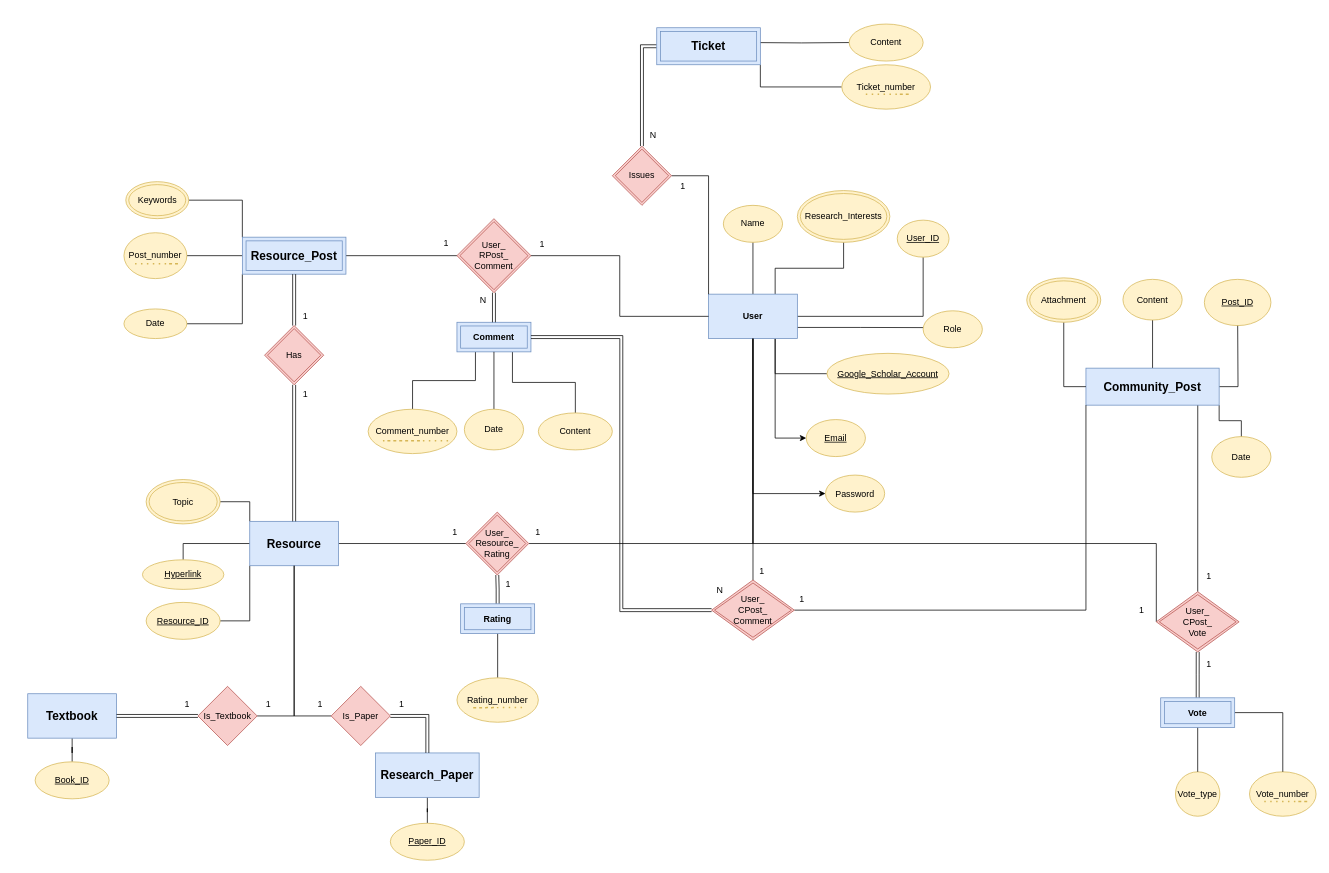
This is Project Design/ER Diagram.drawio from muhammed-ayman/ScholarStack, a draw.io file, before an edit. Source tidied: cells renumbered, new cells numbered last; positions are measured from the earlier drawing's top-left corner, leaving out a move shared by most shapes. Both pictures are drawn from the tidied source at 74%, with x=0, y=0 at pixel (27, 24).
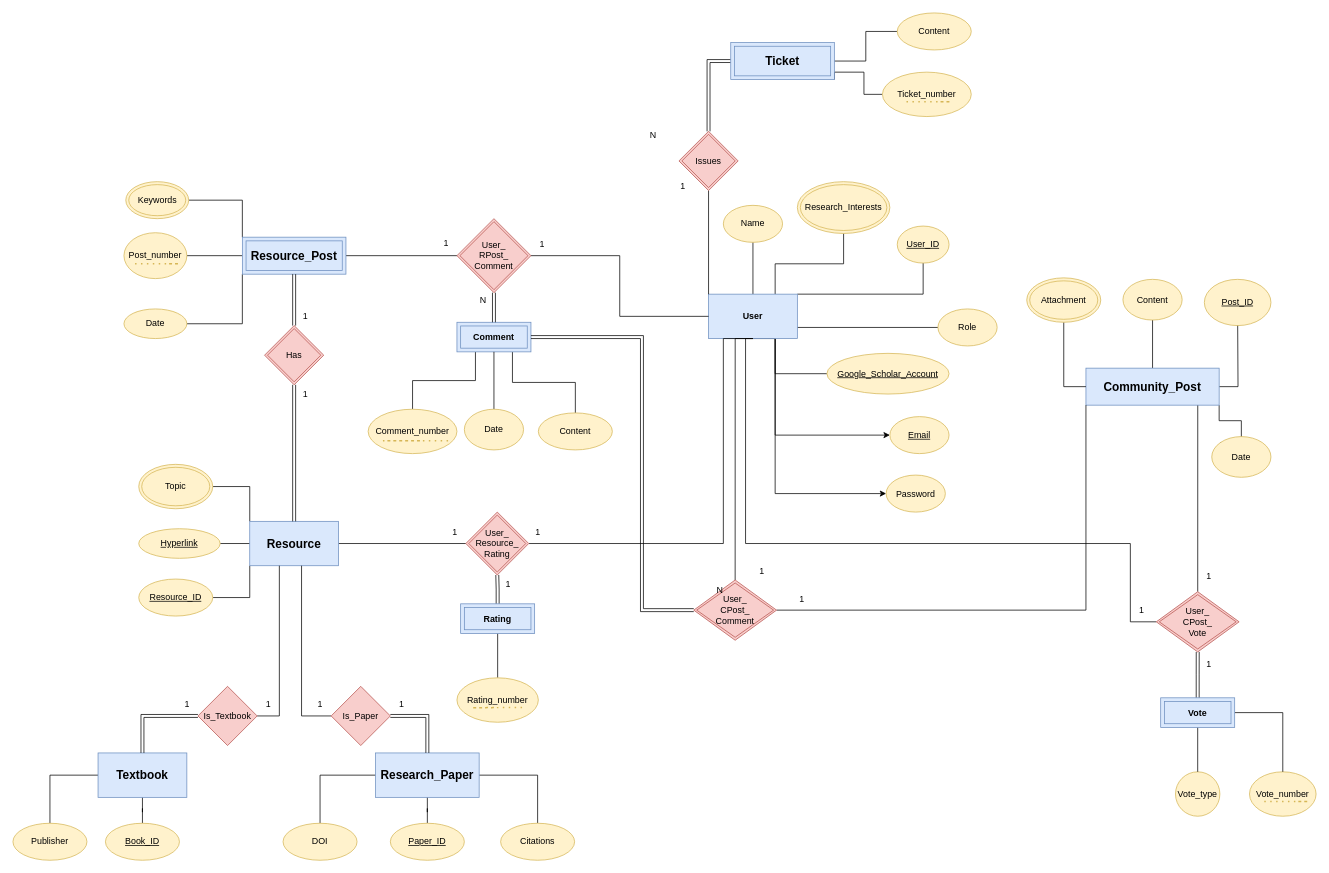
Above is the later version.

Commit message:
fixed ER Diagram ambiguous relations

The change refers to these unchanged cells:
```xml
<mxCell id="9" value="User" style="rounded=0;whiteSpace=wrap;html=1;fontStyle=1;fillColor=#dae8fc;strokeColor=#6c8ebf;" parent="1" vertex="1">
  <mxGeometry x="920" y="365" width="120" height="60" as="geometry" />
</mxCell>
<mxCell id="24" value="&lt;span style=&quot;border-color: var(--border-color); color: rgb(0, 0, 0); font-family: Arial; font-size: 16px; font-style: normal; font-variant-ligatures: normal; font-variant-caps: normal; letter-spacing: normal; orphans: 2; text-align: center; text-indent: 0px; text-transform: none; widows: 2; word-spacing: 0px; -webkit-text-stroke-width: 0px; text-decoration-thickness: initial; text-decoration-style: initial; text-decoration-color: initial;&quot;&gt;Resource&lt;/span&gt;" style="rounded=0;whiteSpace=wrap;html=1;fillColor=#dae8fc;strokeColor=#6c8ebf;fontStyle=1;labelBackgroundColor=none;" parent="1" vertex="1">
  <mxGeometry x="300" y="672" width="120" height="60" as="geometry" />
</mxCell>
<mxCell id="26" value="&lt;font face=&quot;Arial&quot;&gt;&lt;span style=&quot;font-size: 16px;&quot;&gt;&lt;b&gt;Research_Paper&lt;/b&gt;&lt;/span&gt;&lt;/font&gt;" style="rounded=0;whiteSpace=wrap;html=1;fillColor=#dae8fc;strokeColor=#6c8ebf;" parent="1" vertex="1">
  <mxGeometry x="470" y="985" width="140" height="60" as="geometry" />
</mxCell>
<mxCell id="39" value="User_&lt;br&gt;CPost_&lt;br&gt;Vote" style="shape=rhombus;double=1;perimeter=rhombusPerimeter;whiteSpace=wrap;html=1;align=center;fillColor=#f8cecc;strokeColor=#b85450;" parent="1" vertex="1">
  <mxGeometry x="1525.1" y="767.1" width="111.9" height="81.4" as="geometry" />
</mxCell>
<mxCell id="43" value="Is_Paper" style="rhombus;whiteSpace=wrap;html=1;fillColor=#f8cecc;strokeColor=#b85450;" parent="1" vertex="1">
  <mxGeometry x="410" y="895" width="80" height="80" as="geometry" />
</mxCell>
<mxCell id="46" value="Is_Textbook" style="rhombus;whiteSpace=wrap;html=1;fillColor=#f8cecc;strokeColor=#b85450;" parent="1" vertex="1">
  <mxGeometry x="230" y="895" width="80" height="80" as="geometry" />
</mxCell>
<mxCell id="48" value="User_&lt;br&gt;Resource_&lt;br&gt;Rating" style="shape=rhombus;double=1;perimeter=rhombusPerimeter;whiteSpace=wrap;html=1;align=center;fillColor=#f8cecc;strokeColor=#b85450;" parent="1" vertex="1">
  <mxGeometry x="592" y="659.5" width="85" height="85" as="geometry" />
</mxCell>
<mxCell id="61" value="Comment" style="shape=ext;margin=3;double=1;whiteSpace=wrap;html=1;align=center;rounded=0;fillColor=#dae8fc;strokeColor=#6c8ebf;fontStyle=1;" parent="1" vertex="1">
  <mxGeometry x="580" y="403" width="100" height="40" as="geometry" />
</mxCell>
```

What changed in the source:
```diff
@@
     <mxCell id="2" style="edgeStyle=orthogonalEdgeStyle;rounded=0;jettySize=auto;html=1;endArrow=none;endFill=0;" parent="1" edge="1" source="9" target="35">
-      <mxGeometry relative="1" as="geometry" />
+      <mxGeometry relative="1" as="geometry">
+        <Array as="points">
+          <mxPoint x="1210" y="365" />
+        </Array>
+      </mxGeometry>
     </mxCell>
@@
-    <mxCell id="6" style="edgeStyle=orthogonalEdgeStyle;rounded=0;jettySize=auto;html=1;exitX=1;exitY=0.75;exitDx=0;exitDy=0;endArrow=none;endFill=0;" parent="1" edge="1" source="9">
-      <mxGeometry relative="1" as="geometry">
-        <mxPoint x="1210" y="410.2" as="targetPoint" />
-      </mxGeometry>
+    <mxCell id="6" style="edgeStyle=orthogonalEdgeStyle;rounded=0;jettySize=auto;html=1;exitX=1;exitY=0.75;exitDx=0;exitDy=0;endArrow=none;endFill=0;entryX=0;entryY=0.5;entryDx=0;entryDy=0;" parent="1" edge="1" source="9" target="112">
+      <mxGeometry relative="1" as="geometry" />
     </mxCell>
@@
     <mxCell id="8" style="edgeStyle=orthogonalEdgeStyle;rounded=0;jettySize=auto;html=1;exitX=0.5;exitY=1;exitDx=0;exitDy=0;entryX=0;entryY=0.5;entryDx=0;entryDy=0;" parent="1" edge="1" source="9" target="72">
-      <mxGeometry relative="1" as="geometry" />
+      <mxGeometry relative="1" as="geometry">
+        <Array as="points">
+          <mxPoint x="1010" y="425" />
+          <mxPoint x="1010" y="635" />
+        </Array>
+      </mxGeometry>
     </mxCell>
@@
-    <mxCell id="10" style="edgeStyle=orthogonalEdgeStyle;rounded=0;jettySize=auto;html=1;exitX=1;exitY=0;exitDx=0;exitDy=0;endArrow=none;endFill=0;" parent="1" edge="1" target="73">
-      <mxGeometry relative="1" as="geometry">
-        <mxPoint x="980" y="25" as="sourcePoint" />
-      </mxGeometry>
-    </mxCell>
     <mxCell id="11" style="edgeStyle=orthogonalEdgeStyle;rounded=0;jettySize=auto;html=1;exitX=1;exitY=1;exitDx=0;exitDy=0;entryX=0;entryY=0.5;entryDx=0;entryDy=0;endArrow=none;endFill=0;" parent="1" edge="1" source="86" target="90">
-      <mxGeometry relative="1" as="geometry" />
+      <mxGeometry relative="1" as="geometry">
+        <Array as="points">
+          <mxPoint x="1090" y="65" />
+          <mxPoint x="1130" y="65" />
+          <mxPoint x="1130" y="95" />
+        </Array>
+      </mxGeometry>
     </mxCell>
@@
+    <mxCell id="120" style="edgeStyle=orthogonalEdgeStyle;rounded=0;jettySize=auto;html=1;exitX=0;exitY=0.5;exitDx=0;exitDy=0;entryX=0.5;entryY=0;entryDx=0;entryDy=0;endArrow=none;endFill=0;" parent="1" edge="1" source="13" target="124">
+      <mxGeometry relative="1" as="geometry" />
+    </mxCell>
     <mxCell id="13" value="&lt;b id=&quot;docs-internal-guid-718b6a08-7fff-b9a7-0453-49510cfb1dfd&quot; style=&quot;font-weight:normal;&quot;&gt;&lt;span style=&quot;font-size: 12pt; font-family: Arial; color: rgb(0, 0, 0); background-color: transparent; font-weight: 700; font-style: normal; font-variant: normal; text-decoration: none; vertical-align: baseline;&quot;&gt;Textbook&lt;/span&gt;&lt;/b&gt;" style="rounded=0;whiteSpace=wrap;html=1;fillColor=#dae8fc;strokeColor=#6c8ebf;" parent="1" vertex="1">
-      <mxGeometry y="905" width="120" height="60" as="geometry" />
+      <mxGeometry x="95" y="985" width="120" height="60" as="geometry" />
     </mxCell>
@@
-    <mxCell id="20" style="edgeStyle=orthogonalEdgeStyle;rounded=0;jettySize=auto;html=1;exitX=0;exitY=0.5;exitDx=0;exitDy=0;entryX=0.5;entryY=0;entryDx=0;entryDy=0;endArrow=none;endFill=0;" parent="1" edge="1" source="24" target="77">
+    <mxCell id="20" style="edgeStyle=orthogonalEdgeStyle;rounded=0;jettySize=auto;html=1;exitX=0;exitY=0.5;exitDx=0;exitDy=0;entryX=1;entryY=0.5;entryDx=0;entryDy=0;endArrow=none;endFill=0;" parent="1" edge="1" source="24" target="77">
       <mxGeometry relative="1" as="geometry" />
     </mxCell>
@@
+    <mxCell id="121" style="edgeStyle=orthogonalEdgeStyle;rounded=0;jettySize=auto;html=1;exitX=1;exitY=0.5;exitDx=0;exitDy=0;entryX=0.5;entryY=0;entryDx=0;entryDy=0;endArrow=none;endFill=0;" parent="1" edge="1" source="26" target="125">
+      <mxGeometry relative="1" as="geometry" />
+    </mxCell>
+    <mxCell id="122" style="edgeStyle=orthogonalEdgeStyle;rounded=0;jettySize=auto;html=1;exitX=0;exitY=0.5;exitDx=0;exitDy=0;entryX=0.5;entryY=0;entryDx=0;entryDy=0;endArrow=none;endFill=0;" parent="1" edge="1" source="26" target="126">
+      <mxGeometry relative="1" as="geometry" />
+    </mxCell>
@@
     <mxCell id="27" style="edgeStyle=orthogonalEdgeStyle;rounded=0;jettySize=auto;html=1;exitX=0;exitY=0.5;exitDx=0;exitDy=0;endArrow=none;endFill=0;entryX=0.5;entryY=1;entryDx=0;entryDy=0;" parent="1" edge="1" source="39" target="9">
       <mxGeometry relative="1" as="geometry">
         <Array as="points">
-          <mxPoint x="980" y="702" />
+          <mxPoint x="1490" y="808" />
+          <mxPoint x="1490" y="702" />
+          <mxPoint x="970" y="702" />
+          <mxPoint x="970" y="425" />
         </Array>
       </mxGeometry>
     </mxCell>
@@
     <mxCell id="35" value="&lt;u&gt;User_ID&lt;/u&gt;" style="ellipse;whiteSpace=wrap;html=1;rounded=0;fillColor=#fff2cc;strokeColor=#d6b656;" parent="1" vertex="1">
-      <mxGeometry x="1175" y="265" width="70" height="50" as="geometry" />
+      <mxGeometry x="1175" y="273" width="70" height="50" as="geometry" />
     </mxCell>
@@
     <mxCell id="38" value="&lt;span style=&quot;color: rgb(0, 0, 0); font-family: Helvetica; font-size: 12px; font-style: normal; font-variant-ligatures: normal; font-variant-caps: normal; font-weight: 400; letter-spacing: normal; orphans: 2; text-align: center; text-indent: 0px; text-transform: none; widows: 2; word-spacing: 0px; -webkit-text-stroke-width: 0px; text-decoration-thickness: initial; text-decoration-style: initial; text-decoration-color: initial; float: none; display: inline !important;&quot;&gt;Research_Interests&lt;/span&gt;" style="ellipse;shape=doubleEllipse;whiteSpace=wrap;html=1;fillColor=#fff2cc;strokeColor=#d6b656;labelBackgroundColor=none;" parent="1" vertex="1">
-      <mxGeometry x="1040" y="225" width="125" height="70" as="geometry" />
+      <mxGeometry x="1040" y="213" width="125" height="70" as="geometry" />
     </mxCell>
@@
-    <mxCell id="42" style="edgeStyle=orthogonalEdgeStyle;rounded=0;jettySize=auto;html=1;exitX=0;exitY=0.5;exitDx=0;exitDy=0;entryX=0.5;entryY=1;entryDx=0;entryDy=0;endArrow=none;endFill=0;" parent="1" edge="1" source="43" target="24">
-      <mxGeometry relative="1" as="geometry" />
+    <mxCell id="42" style="edgeStyle=orthogonalEdgeStyle;rounded=0;jettySize=auto;html=1;exitX=0;exitY=0.5;exitDx=0;exitDy=0;endArrow=none;endFill=0;" parent="1" edge="1" source="43" target="24">
+      <mxGeometry relative="1" as="geometry">
+        <Array as="points">
+          <mxPoint x="370" y="935" />
+        </Array>
+      </mxGeometry>
     </mxCell>
@@
-    <mxCell id="44" style="edgeStyle=orthogonalEdgeStyle;rounded=0;jettySize=auto;html=1;entryX=1;entryY=0.5;entryDx=0;entryDy=0;endArrow=none;endFill=0;shape=link;" parent="1" edge="1" source="46" target="13">
+    <mxCell id="44" style="edgeStyle=orthogonalEdgeStyle;rounded=0;jettySize=auto;html=1;entryX=0.5;entryY=0;entryDx=0;entryDy=0;endArrow=none;endFill=0;shape=link;" parent="1" edge="1" source="46" target="13">
       <mxGeometry relative="1" as="geometry" />
     </mxCell>
     <mxCell id="45" style="edgeStyle=orthogonalEdgeStyle;rounded=0;jettySize=auto;html=1;exitX=1;exitY=0.5;exitDx=0;exitDy=0;endArrow=none;endFill=0;" parent="1" edge="1" source="46" target="24">
-      <mxGeometry relative="1" as="geometry" />
+      <mxGeometry relative="1" as="geometry">
+        <Array as="points">
+          <mxPoint x="340" y="935" />
+        </Array>
+      </mxGeometry>
     </mxCell>
@@
     <mxCell id="47" style="edgeStyle=orthogonalEdgeStyle;rounded=0;jettySize=auto;html=1;exitX=1;exitY=0.5;exitDx=0;exitDy=0;entryX=0.5;entryY=1;entryDx=0;entryDy=0;endArrow=none;endFill=0;" parent="1" edge="1" source="48" target="9">
-      <mxGeometry relative="1" as="geometry" />
+      <mxGeometry relative="1" as="geometry">
+        <Array as="points">
+          <mxPoint x="940" y="702" />
+          <mxPoint x="940" y="425" />
+        </Array>
+      </mxGeometry>
     </mxCell>
@@
     <mxCell id="67" value="Issues" style="shape=rhombus;double=1;perimeter=rhombusPerimeter;whiteSpace=wrap;html=1;align=center;fillColor=#f8cecc;strokeColor=#b85450;" parent="1" vertex="1">
-      <mxGeometry x="790" y="165" width="80" height="80" as="geometry" />
+      <mxGeometry x="880" y="145" width="80" height="80" as="geometry" />
     </mxCell>
@@
     <mxCell id="71" value="Email" style="ellipse;whiteSpace=wrap;html=1;fontStyle=4;fillColor=#fff2cc;strokeColor=#d6b656;" parent="1" vertex="1">
-      <mxGeometry x="1052" y="534.5" width="80" height="50" as="geometry" />
+      <mxGeometry x="1165" y="530.5" width="80" height="50" as="geometry" />
     </mxCell>
     <mxCell id="72" value="Password" style="ellipse;whiteSpace=wrap;html=1;fillColor=#fff2cc;strokeColor=#d6b656;" parent="1" vertex="1">
-      <mxGeometry x="1078" y="609.5" width="80" height="50" as="geometry" />
+      <mxGeometry x="1160" y="609.5" width="80" height="50" as="geometry" />
     </mxCell>
+    <mxCell id="123" style="edgeStyle=orthogonalEdgeStyle;rounded=0;jettySize=auto;html=1;exitX=0;exitY=0.5;exitDx=0;exitDy=0;entryX=1;entryY=0.5;entryDx=0;entryDy=0;endArrow=none;endFill=0;" parent="1" edge="1" source="73" target="86">
+      <mxGeometry relative="1" as="geometry" />
+    </mxCell>
     <mxCell id="73" value="Content" style="ellipse;whiteSpace=wrap;html=1;fillColor=#fff2cc;strokeColor=#d6b656;" parent="1" vertex="1">
-      <mxGeometry x="1110" width="100" height="50" as="geometry" />
+      <mxGeometry x="1175" y="-15" width="100" height="50" as="geometry" />
     </mxCell>
@@
     <mxCell id="77" value="Hyperlink" style="ellipse;whiteSpace=wrap;html=1;fillColor=#fff2cc;strokeColor=#d6b656;fontStyle=4;" parent="1" vertex="1">
-      <mxGeometry x="155" y="724" width="110" height="40" as="geometry" />
+      <mxGeometry x="150" y="682" width="110" height="40" as="geometry" />
     </mxCell>
     <mxCell id="78" value="Topic" style="ellipse;shape=doubleEllipse;whiteSpace=wrap;html=1;fillColor=#fff2cc;strokeColor=#d6b656;" parent="1" vertex="1">
-      <mxGeometry x="160" y="615.5" width="100" height="60" as="geometry" />
+      <mxGeometry x="150" y="595" width="100" height="60" as="geometry" />
     </mxCell>
@@
     <mxCell id="80" value="Book_ID" style="ellipse;whiteSpace=wrap;html=1;fontStyle=4;fillColor=#fff2cc;strokeColor=#d6b656;" parent="1" vertex="1">
-      <mxGeometry x="10" y="997" width="100" height="50" as="geometry" />
+      <mxGeometry x="105" y="1080" width="100" height="50" as="geometry" />
     </mxCell>
     <mxCell id="81" value="Resource_ID" style="ellipse;whiteSpace=wrap;html=1;fontStyle=4;fillColor=#fff2cc;strokeColor=#d6b656;" parent="1" vertex="1">
-      <mxGeometry x="160" y="781.5" width="100" height="50" as="geometry" />
+      <mxGeometry x="150" y="750" width="100" height="50" as="geometry" />
     </mxCell>
@@
     <mxCell id="86" value="&lt;b style=&quot;border-color: var(--border-color); font-family: Arial; font-size: 16px;&quot;&gt;Ticket&lt;/b&gt;" style="shape=ext;margin=3;double=1;whiteSpace=wrap;html=1;align=center;rounded=0;fillColor=#dae8fc;strokeColor=#6c8ebf;" parent="1" vertex="1">
-      <mxGeometry x="850" y="5" width="140" height="50" as="geometry" />
+      <mxGeometry x="950" y="25" width="140" height="50" as="geometry" />
     </mxCell>
@@
     <mxCell id="90" value="Ticket_number" style="ellipse;whiteSpace=wrap;html=1;fillColor=#fff2cc;strokeColor=#d6b656;" parent="1" vertex="1">
-      <mxGeometry x="1100" y="55" width="120" height="60" as="geometry" />
+      <mxGeometry x="1155" y="65" width="120" height="60" as="geometry" />
     </mxCell>
     <mxCell id="91" style="endArrow=none;dashed=1;html=1;dashPattern=1 3;strokeWidth=2;rounded=0;fillColor=#fff2cc;strokeColor=#d6b656;" parent="1" edge="1">
       <mxGeometry relative="1" as="geometry">
-        <mxPoint x="1132.5" y="95" as="sourcePoint" />
-        <mxPoint x="1172.5" y="95" as="targetPoint" />
+        <mxPoint x="1187.5" y="105" as="sourcePoint" />
+        <mxPoint x="1227.5" y="105" as="targetPoint" />
         <Array as="points">
-          <mxPoint x="1192.5" y="95" />
+          <mxPoint x="1247.5" y="105" />
         </Array>
       </mxGeometry>
     </mxCell>
@@
     <mxCell id="112" value="Role" style="ellipse;whiteSpace=wrap;html=1;rounded=0;fillColor=#fff2cc;strokeColor=#d6b656;" parent="1" vertex="1">
-      <mxGeometry x="1210" y="387.5" width="80" height="50" as="geometry" />
+      <mxGeometry x="1230" y="385" width="80" height="50" as="geometry" />
     </mxCell>
     <mxCell id="113" style="edgeStyle=orthogonalEdgeStyle;rounded=0;jettySize=auto;html=1;exitX=0;exitY=0.5;exitDx=0;exitDy=0;entryX=1;entryY=0.5;entryDx=0;entryDy=0;endArrow=none;endFill=0;shape=link;" parent="1" edge="1" source="116" target="61">
-      <mxGeometry relative="1" as="geometry" />
+      <mxGeometry relative="1" as="geometry">
+        <Array as="points">
+          <mxPoint x="830" y="792" />
+          <mxPoint x="830" y="423" />
+        </Array>
+      </mxGeometry>
     </mxCell>
@@
     <mxCell id="115" style="edgeStyle=orthogonalEdgeStyle;rounded=0;jettySize=auto;html=1;exitX=0.5;exitY=0;exitDx=0;exitDy=0;entryX=0.5;entryY=1;entryDx=0;entryDy=0;endArrow=none;endFill=0;" parent="1" edge="1" source="116" target="9">
-      <mxGeometry relative="1" as="geometry" />
+      <mxGeometry relative="1" as="geometry">
+        <Array as="points">
+          <mxPoint x="956" y="425" />
+        </Array>
+      </mxGeometry>
     </mxCell>
     <mxCell id="116" value="User_&lt;br&gt;CPost_&lt;br&gt;Comment" style="shape=rhombus;double=1;perimeter=rhombusPerimeter;whiteSpace=wrap;html=1;align=center;fillColor=#f8cecc;strokeColor=#b85450;" parent="1" vertex="1">
-      <mxGeometry x="924.1" y="751.3" width="111.9" height="81.4" as="geometry" />
+      <mxGeometry x="900" y="751.3" width="111.9" height="81.4" as="geometry" />
     </mxCell>
@@
+    <mxCell id="124" value="Publisher" style="ellipse;whiteSpace=wrap;html=1;fontStyle=0;fillColor=#fff2cc;strokeColor=#d6b656;" parent="1" vertex="1">
+      <mxGeometry x="-20" y="1080" width="100" height="50" as="geometry" />
+    </mxCell>
+    <mxCell id="125" value="Citations" style="ellipse;whiteSpace=wrap;html=1;fontStyle=0;fillColor=#fff2cc;strokeColor=#d6b656;" parent="1" vertex="1">
+      <mxGeometry x="639" y="1080" width="100" height="50" as="geometry" />
+    </mxCell>
+    <mxCell id="126" value="DOI" style="ellipse;whiteSpace=wrap;html=1;fontStyle=0;fillColor=#fff2cc;strokeColor=#d6b656;" parent="1" vertex="1">
+      <mxGeometry x="345" y="1080" width="100" height="50" as="geometry" />
+    </mxCell>
```
